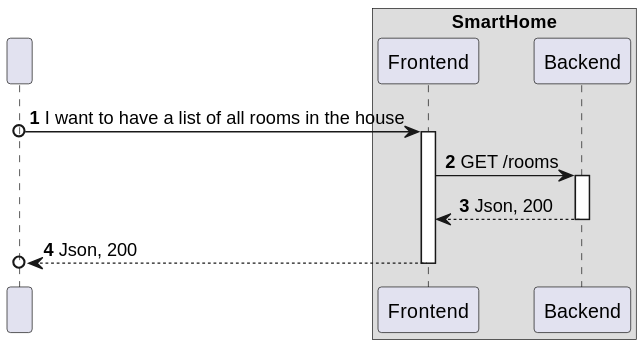
This is docs/C4_4plus1_models/Level2/ProcessView/ProcessViewLevel2_UC21_v1.svg from moutajDev/smarthome, a PlantUML export, as it was before one commit. Source of this version:
```plantuml
@startuml
!pragma layout smetana

autonumber

participant " " as User


box "SmartHome"
    participant "Frontend" as FE
    participant "Backend" as SV
end box

User o-> FE : I want to have a list of all rooms in the house
activate FE

FE -> SV : GET /rooms
activate SV

SV --> FE : Json, 200
deactivate SV

FE -->o User : Json, 200
deactivate FE
@enduml
```
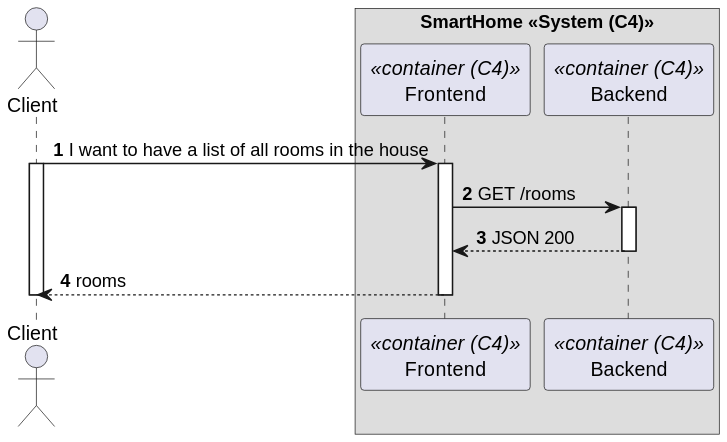
The same diagram one commit later.

Diff of the diagram source:
```diff
@@ -3,23 +3,25 @@
 
 autonumber
 
-participant " " as User
+actor "Client" as User
 
 
-box "SmartHome"
-    participant "Frontend" as FE
-    participant "Backend" as SV
+box "SmartHome <<System (C4)>>"
+    participant "Frontend" as FE<<container (C4)>>
+    participant "Backend" as SV<<container (C4)>>
 end box
 
-User o-> FE : I want to have a list of all rooms in the house
+User -> FE : I want to have a list of all rooms in the house
 activate FE
+activate User
 
 FE -> SV : GET /rooms
 activate SV
 
-SV --> FE : Json, 200
+SV --> FE : JSON 200
 deactivate SV
 
-FE -->o User : Json, 200
+FE --> User : rooms
 deactivate FE
+deactivate User
 @enduml
```
